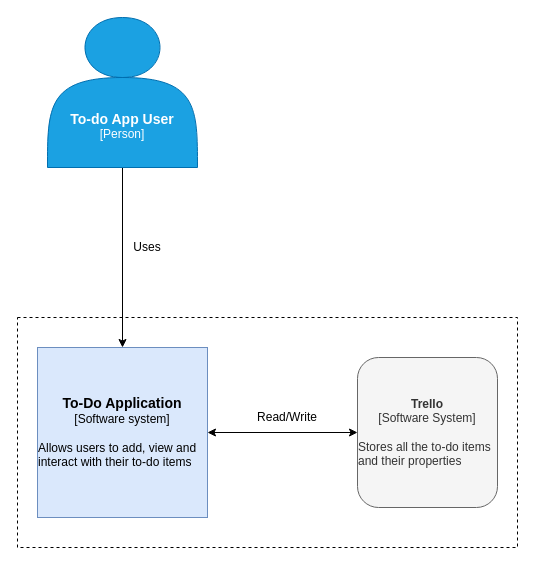
The draw.io diagram Documentation/Context Diagram.drawio in Gontx/DevOps-Course-Starter, before the edit. Source tidied: cells renumbered, new cells numbered last; positions are measured from the earlier drawing's top-left corner, leaving out a move shared by most shapes. Both pictures are drawn from the tidied source at 100%, with x=0, y=0 at pixel (17, 17).
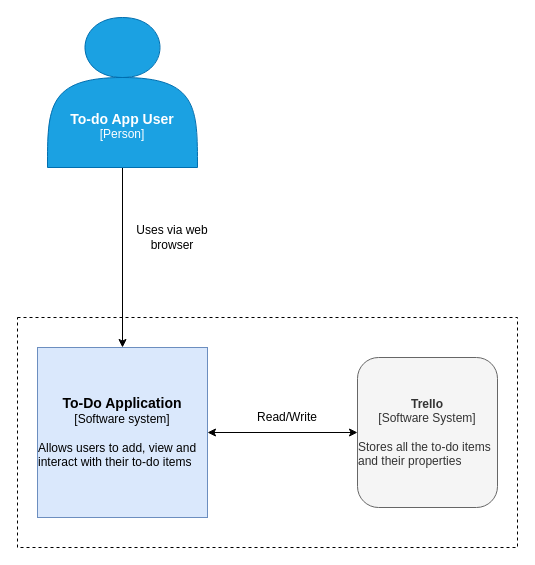
Above is the later version.

Diff of the diagram source:
```diff
@@
 <mxGraphModel>
   <root>
     <mxCell id="0" />
     <mxCell id="1" parent="0" />
     <mxCell id="2" style="rounded=0;whiteSpace=wrap;html=1;dashed=1;" parent="1" vertex="1">
       <mxGeometry y="300" width="500" height="230" as="geometry" />
     </mxCell>
     <mxCell id="3" style="edgeStyle=orthogonalEdgeStyle;rounded=0;jettySize=auto;html=1;exitX=0.5;exitY=1;exitDx=0;exitDy=0;entryX=0.5;entryY=0;entryDx=0;entryDy=0;" parent="1" edge="1" source="4" target="6">
       <mxGeometry relative="1" as="geometry" />
     </mxCell>
     <mxCell id="4" value="&lt;b style=&quot;font-size: 14px&quot;&gt;&lt;br&gt;&lt;br&gt;&lt;br&gt;&lt;br&gt;To-do App User&lt;/b&gt;&lt;br&gt;[Person]" style="shape=actor;whiteSpace=wrap;html=1;fillColor=#1ba1e2;strokeColor=#006EAF;fontColor=#ffffff;" parent="1" vertex="1">
       <mxGeometry x="30" width="150" height="150" as="geometry" />
     </mxCell>
     <mxCell id="5" style="edgeStyle=orthogonalEdgeStyle;rounded=0;jettySize=auto;html=1;exitX=1;exitY=0.5;exitDx=0;exitDy=0;entryX=0;entryY=0.5;entryDx=0;entryDy=0;startArrow=classic;startFill=1;" parent="1" edge="1" source="6" target="7">
       <mxGeometry relative="1" as="geometry" />
     </mxCell>
     <mxCell id="6" value="&lt;b&gt;&lt;font style=&quot;font-size: 14px&quot;&gt;To-Do Application&lt;br&gt;&lt;/font&gt;&lt;/b&gt;[Software system]&lt;br&gt;&lt;br&gt;&lt;div style=&quot;text-align: left&quot;&gt;&lt;span&gt;Allows users to add, view and interact with their to-do items&lt;/span&gt;&lt;/div&gt;" style="whiteSpace=wrap;html=1;fillColor=#dae8fc;strokeColor=#6c8ebf;" parent="1" vertex="1">
       <mxGeometry x="20" y="330" width="170" height="170" as="geometry" />
     </mxCell>
     <mxCell id="7" value="&lt;font&gt;&lt;b style=&quot;font-size: 12px&quot;&gt;Trello&lt;/b&gt;&lt;br&gt;[Software System]&lt;br&gt;&lt;br&gt;&lt;div style=&quot;text-align: left&quot;&gt;Stores all the to-do items and their properties&lt;/div&gt;&lt;/font&gt;" style="rounded=1;whiteSpace=wrap;html=1;fillColor=#f5f5f5;strokeColor=#666666;fontColor=#333333;" parent="1" vertex="1">
       <mxGeometry x="340" y="340" width="140" height="150" as="geometry" />
     </mxCell>
-    <mxCell id="8" value="Uses" style="text;html=1;strokeColor=none;fillColor=none;align=center;verticalAlign=middle;whiteSpace=wrap;rounded=0;" parent="1" vertex="1">
-      <mxGeometry x="110" y="220" width="40" height="20" as="geometry" />
+    <mxCell id="8" value="Uses via web browser" style="text;html=1;strokeColor=none;fillColor=none;align=center;verticalAlign=middle;whiteSpace=wrap;rounded=0;" parent="1" vertex="1">
+      <mxGeometry x="100" y="200" width="110" height="40" as="geometry" />
     </mxCell>
     <mxCell id="9" value="Read/Write" style="text;html=1;strokeColor=none;fillColor=none;align=center;verticalAlign=middle;whiteSpace=wrap;rounded=0;" parent="1" vertex="1">
       <mxGeometry x="250" y="390" width="40" height="20" as="geometry" />
     </mxCell>
   </root>
 </mxGraphModel>
```
